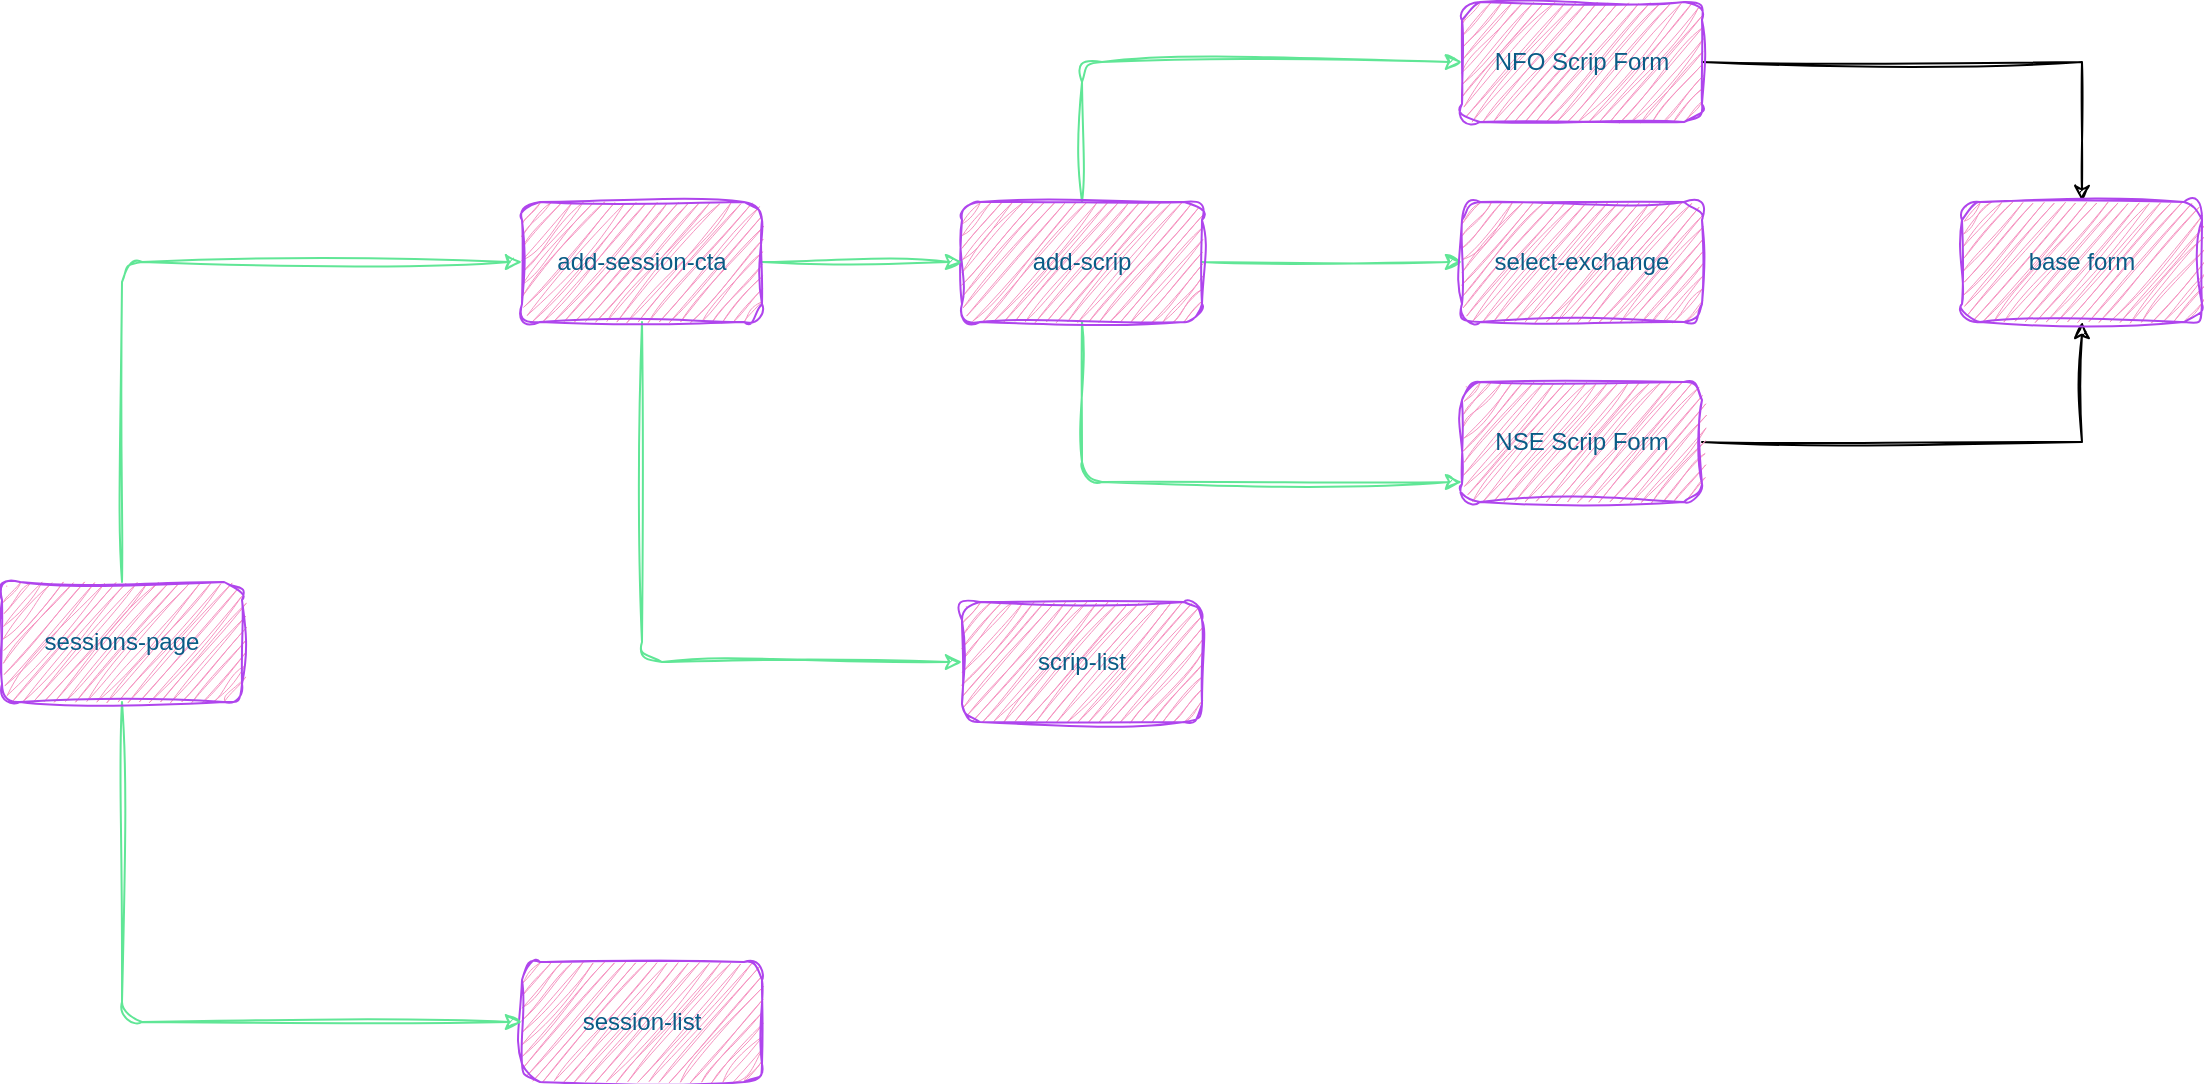
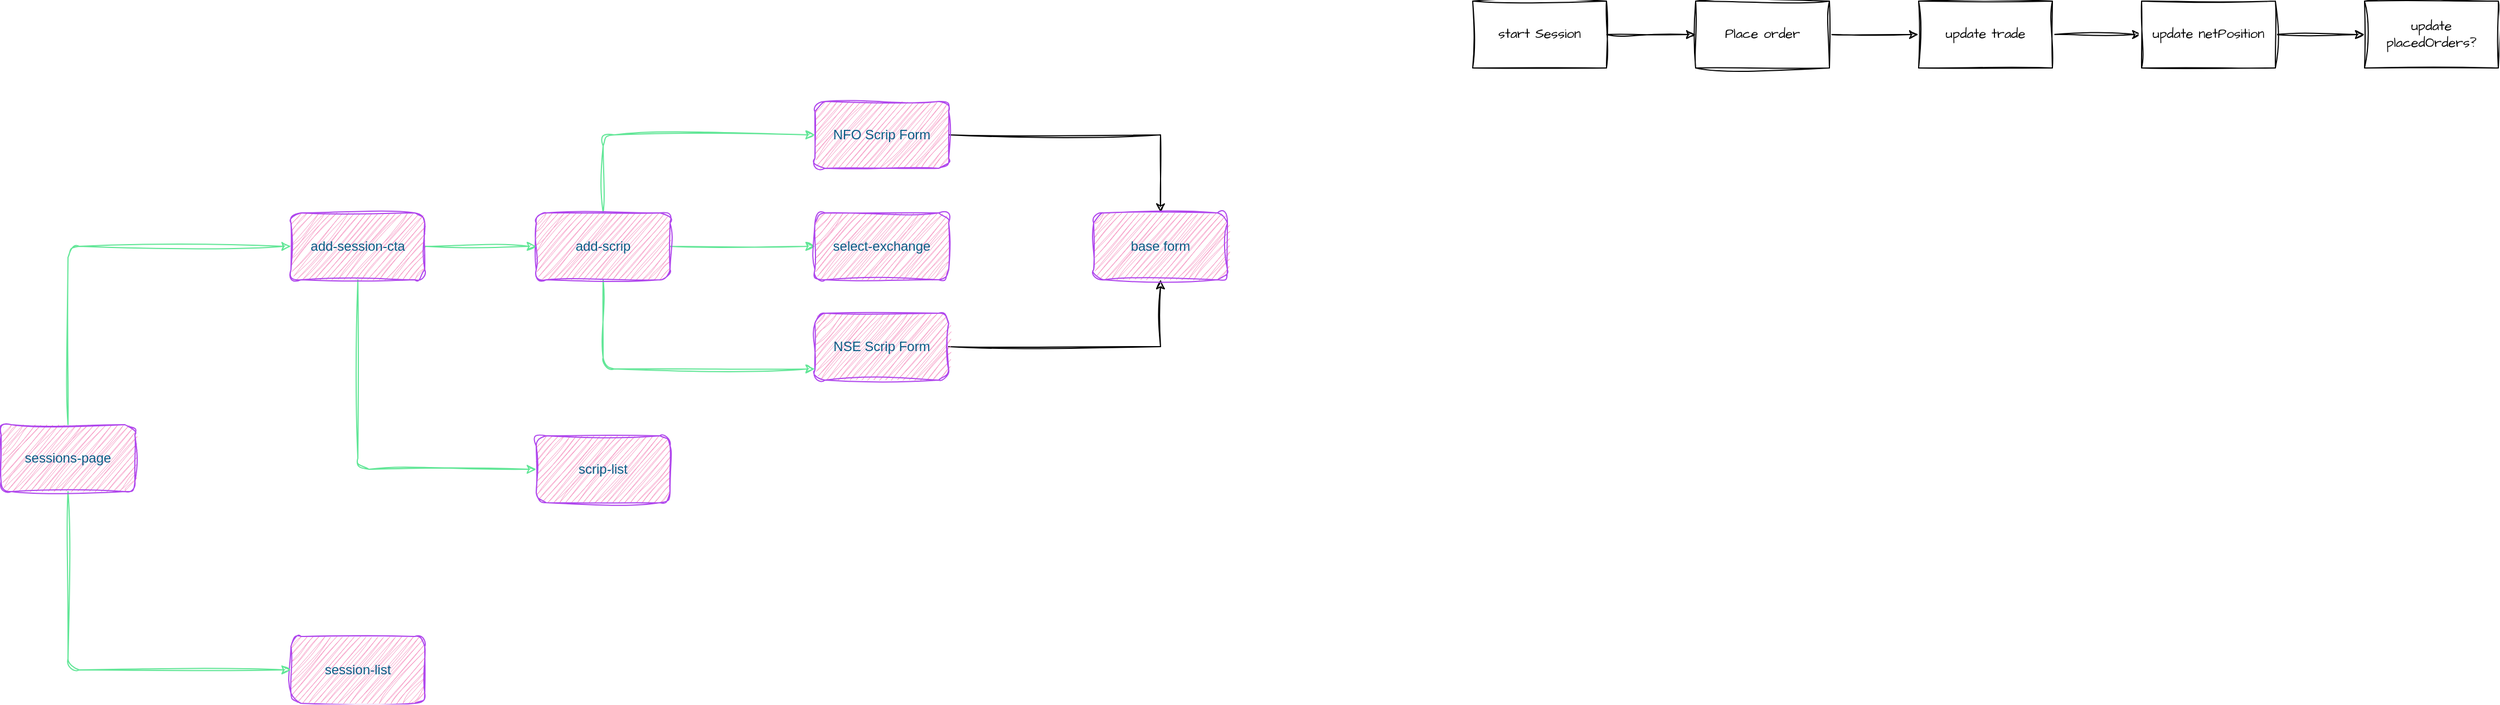
<mxfile host="app.diagrams.net" pages="5">
  <diagram id="wPQbEJP3DVO_ncDqMHqx" name="Sessions Page">
-     <mxGraphModel dx="1757" dy="626" grid="1" gridSize="10" guides="1" tooltips="1" connect="1" arrows="1" fold="1" page="0" pageScale="1" pageWidth="402" pageHeight="874" math="0" shadow="0">
+     <mxGraphModel dx="2793" dy="1443" grid="1" gridSize="10" guides="1" tooltips="1" connect="1" arrows="1" fold="1" page="0" pageScale="1" pageWidth="402" pageHeight="874" math="0" shadow="0">
      <root>
        <mxCell id="0" />
        <mxCell id="1" parent="0" />
        <mxCell id="DB1AKVm6qyutKQlFYAWD-6" edge="1" parent="1" source="DB1AKVm6qyutKQlFYAWD-1" style="edgeStyle=orthogonalEdgeStyle;rounded=1;orthogonalLoop=1;jettySize=auto;html=1;sketch=1;curveFitting=1;jiggle=2;labelBackgroundColor=none;strokeColor=#60E696;fontColor=default;" target="DB1AKVm6qyutKQlFYAWD-5" value="">
          <mxGeometry relative="1" as="geometry" />
        </mxCell>
        <mxCell id="DB1AKVm6qyutKQlFYAWD-8" edge="1" parent="1" source="DB1AKVm6qyutKQlFYAWD-1" style="edgeStyle=orthogonalEdgeStyle;rounded=1;orthogonalLoop=1;jettySize=auto;html=1;sketch=1;curveFitting=1;jiggle=2;labelBackgroundColor=none;strokeColor=#60E696;fontColor=default;" target="DB1AKVm6qyutKQlFYAWD-7" value="">
          <mxGeometry relative="1" as="geometry">
            <Array as="points">
              <mxPoint x="120" y="270" />
            </Array>
          </mxGeometry>
        </mxCell>
        <mxCell id="DB1AKVm6qyutKQlFYAWD-10" edge="1" parent="1" source="DB1AKVm6qyutKQlFYAWD-1" style="edgeStyle=orthogonalEdgeStyle;rounded=1;orthogonalLoop=1;jettySize=auto;html=1;sketch=1;curveFitting=1;jiggle=2;labelBackgroundColor=none;strokeColor=#60E696;fontColor=default;" target="DB1AKVm6qyutKQlFYAWD-9" value="">
          <mxGeometry relative="1" as="geometry">
            <Array as="points">
              <mxPoint x="120" y="60" />
            </Array>
          </mxGeometry>
        </mxCell>
        <mxCell id="DB1AKVm6qyutKQlFYAWD-1" parent="1" style="rounded=1;whiteSpace=wrap;html=1;sketch=1;curveFitting=1;jiggle=2;labelBackgroundColor=none;fillColor=#F694C1;strokeColor=#AF45ED;fontColor=#095C86;" value="add-scrip" vertex="1">
          <mxGeometry height="60" width="120" x="60" y="130" as="geometry" />
        </mxCell>
        <mxCell id="DB1AKVm6qyutKQlFYAWD-4" edge="1" parent="1" source="DB1AKVm6qyutKQlFYAWD-3" style="edgeStyle=orthogonalEdgeStyle;rounded=1;orthogonalLoop=1;jettySize=auto;html=1;sketch=1;curveFitting=1;jiggle=2;labelBackgroundColor=none;strokeColor=#60E696;fontColor=default;" target="DB1AKVm6qyutKQlFYAWD-1" value="">
          <mxGeometry relative="1" as="geometry" />
        </mxCell>
        <mxCell id="DB1AKVm6qyutKQlFYAWD-12" edge="1" parent="1" source="DB1AKVm6qyutKQlFYAWD-3" style="edgeStyle=orthogonalEdgeStyle;rounded=1;orthogonalLoop=1;jettySize=auto;html=1;sketch=1;curveFitting=1;jiggle=2;labelBackgroundColor=none;strokeColor=#60E696;fontColor=default;" target="DB1AKVm6qyutKQlFYAWD-11" value="">
          <mxGeometry relative="1" as="geometry">
            <Array as="points">
              <mxPoint x="-100" y="360" />
            </Array>
          </mxGeometry>
        </mxCell>
        <mxCell id="DB1AKVm6qyutKQlFYAWD-3" parent="1" style="rounded=1;whiteSpace=wrap;html=1;sketch=1;curveFitting=1;jiggle=2;labelBackgroundColor=none;fillColor=#F694C1;strokeColor=#AF45ED;fontColor=#095C86;" value="add-session-cta" vertex="1">
          <mxGeometry height="60" width="120" x="-160" y="130" as="geometry" />
        </mxCell>
        <mxCell id="DB1AKVm6qyutKQlFYAWD-5" parent="1" style="whiteSpace=wrap;html=1;rounded=1;sketch=1;curveFitting=1;jiggle=2;labelBackgroundColor=none;fillColor=#F694C1;strokeColor=#AF45ED;fontColor=#095C86;" value="select-exchange" vertex="1">
          <mxGeometry height="60" width="120" x="310" y="130" as="geometry" />
        </mxCell>
        <mxCell id="ouMAoqMrmdJ_XqpmxOQB-3" edge="1" parent="1" source="DB1AKVm6qyutKQlFYAWD-7" style="edgeStyle=orthogonalEdgeStyle;rounded=0;sketch=1;hachureGap=4;jiggle=2;curveFitting=1;orthogonalLoop=1;jettySize=auto;html=1;fontFamily=Architects Daughter;fontSource=https%3A%2F%2Ffonts.googleapis.com%2Fcss%3Ffamily%3DArchitects%2BDaughter;" target="ouMAoqMrmdJ_XqpmxOQB-1">
          <mxGeometry relative="1" as="geometry" />
        </mxCell>
        <mxCell id="DB1AKVm6qyutKQlFYAWD-7" parent="1" style="whiteSpace=wrap;html=1;rounded=1;sketch=1;curveFitting=1;jiggle=2;labelBackgroundColor=none;fillColor=#F694C1;strokeColor=#AF45ED;fontColor=#095C86;" value="NSE Scrip Form" vertex="1">
          <mxGeometry height="60" width="120" x="310" y="220" as="geometry" />
        </mxCell>
        <mxCell id="ouMAoqMrmdJ_XqpmxOQB-2" edge="1" parent="1" source="DB1AKVm6qyutKQlFYAWD-9" style="edgeStyle=orthogonalEdgeStyle;rounded=0;sketch=1;hachureGap=4;jiggle=2;curveFitting=1;orthogonalLoop=1;jettySize=auto;html=1;fontFamily=Architects Daughter;fontSource=https%3A%2F%2Ffonts.googleapis.com%2Fcss%3Ffamily%3DArchitects%2BDaughter;" target="ouMAoqMrmdJ_XqpmxOQB-1" value="">
          <mxGeometry relative="1" as="geometry" />
        </mxCell>
        <mxCell id="DB1AKVm6qyutKQlFYAWD-9" parent="1" style="whiteSpace=wrap;html=1;rounded=1;sketch=1;curveFitting=1;jiggle=2;labelBackgroundColor=none;fillColor=#F694C1;strokeColor=#AF45ED;fontColor=#095C86;" value="NFO Scrip Form" vertex="1">
          <mxGeometry height="60" width="120" x="310" y="30" as="geometry" />
        </mxCell>
        <mxCell id="DB1AKVm6qyutKQlFYAWD-11" parent="1" style="whiteSpace=wrap;html=1;rounded=1;sketch=1;curveFitting=1;jiggle=2;labelBackgroundColor=none;fillColor=#F694C1;strokeColor=#AF45ED;fontColor=#095C86;" value="scrip-list" vertex="1">
          <mxGeometry height="60" width="120" x="60" y="330" as="geometry" />
        </mxCell>
        <mxCell id="DB1AKVm6qyutKQlFYAWD-13" parent="1" style="rounded=1;whiteSpace=wrap;html=1;sketch=1;curveFitting=1;jiggle=2;labelBackgroundColor=none;fillColor=#F694C1;strokeColor=#AF45ED;fontColor=#095C86;" value="session-list" vertex="1">
          <mxGeometry height="60" width="120" x="-160" y="510" as="geometry" />
        </mxCell>
        <mxCell id="DB1AKVm6qyutKQlFYAWD-15" edge="1" parent="1" source="DB1AKVm6qyutKQlFYAWD-14" style="edgeStyle=orthogonalEdgeStyle;rounded=1;sketch=1;hachureGap=4;jiggle=2;curveFitting=1;orthogonalLoop=1;jettySize=auto;html=1;entryX=0;entryY=0.5;entryDx=0;entryDy=0;strokeColor=#60E696;fontFamily=Architects Daughter;fontSource=https%3A%2F%2Ffonts.googleapis.com%2Fcss%3Ffamily%3DArchitects%2BDaughter;fontColor=#095C86;fillColor=#F694C1;" target="DB1AKVm6qyutKQlFYAWD-3">
          <mxGeometry relative="1" as="geometry">
            <Array as="points">
              <mxPoint x="-360" y="160" />
            </Array>
          </mxGeometry>
        </mxCell>
        <mxCell id="DB1AKVm6qyutKQlFYAWD-18" edge="1" parent="1" source="DB1AKVm6qyutKQlFYAWD-14" style="edgeStyle=orthogonalEdgeStyle;rounded=1;sketch=1;hachureGap=4;jiggle=2;curveFitting=1;orthogonalLoop=1;jettySize=auto;html=1;entryX=0;entryY=0.5;entryDx=0;entryDy=0;strokeColor=#60E696;fontFamily=Architects Daughter;fontSource=https%3A%2F%2Ffonts.googleapis.com%2Fcss%3Ffamily%3DArchitects%2BDaughter;fontColor=#095C86;fillColor=#F694C1;" target="DB1AKVm6qyutKQlFYAWD-13">
          <mxGeometry relative="1" as="geometry">
            <Array as="points">
              <mxPoint x="-360" y="540" />
            </Array>
          </mxGeometry>
        </mxCell>
        <mxCell id="DB1AKVm6qyutKQlFYAWD-14" parent="1" style="rounded=1;whiteSpace=wrap;html=1;sketch=1;curveFitting=1;jiggle=2;labelBackgroundColor=none;fillColor=#F694C1;strokeColor=#AF45ED;fontColor=#095C86;" value="sessions-page" vertex="1">
          <mxGeometry height="60" width="120" x="-420" y="320" as="geometry" />
        </mxCell>
        <mxCell id="ouMAoqMrmdJ_XqpmxOQB-1" parent="1" style="whiteSpace=wrap;html=1;fillColor=#F694C1;strokeColor=#AF45ED;fontColor=#095C86;rounded=1;sketch=1;curveFitting=1;jiggle=2;labelBackgroundColor=none;" value="base form" vertex="1">
          <mxGeometry height="60" width="120" x="560" y="130" as="geometry" />
        </mxCell>
+         <mxCell id="ouMAoqMrmdJ_XqpmxOQB-6" edge="1" parent="1" source="ouMAoqMrmdJ_XqpmxOQB-4" style="edgeStyle=orthogonalEdgeStyle;rounded=0;sketch=1;hachureGap=4;jiggle=2;curveFitting=1;orthogonalLoop=1;jettySize=auto;html=1;fontFamily=Architects Daughter;fontSource=https%3A%2F%2Ffonts.googleapis.com%2Fcss%3Ffamily%3DArchitects%2BDaughter;" target="ouMAoqMrmdJ_XqpmxOQB-5" value="">
+           <mxGeometry relative="1" as="geometry" />
+         </mxCell>
+         <mxCell id="ouMAoqMrmdJ_XqpmxOQB-4" parent="1" style="whiteSpace=wrap;html=1;sketch=1;hachureGap=4;jiggle=2;curveFitting=1;fontFamily=Architects Daughter;fontSource=https%3A%2F%2Ffonts.googleapis.com%2Fcss%3Ffamily%3DArchitects%2BDaughter;" value="start Session" vertex="1">
+           <mxGeometry height="60" width="120" x="900" y="-60" as="geometry" />
+         </mxCell>
+         <mxCell id="ouMAoqMrmdJ_XqpmxOQB-8" edge="1" parent="1" source="ouMAoqMrmdJ_XqpmxOQB-5" style="edgeStyle=orthogonalEdgeStyle;rounded=0;sketch=1;hachureGap=4;jiggle=2;curveFitting=1;orthogonalLoop=1;jettySize=auto;html=1;fontFamily=Architects Daughter;fontSource=https%3A%2F%2Ffonts.googleapis.com%2Fcss%3Ffamily%3DArchitects%2BDaughter;" target="ouMAoqMrmdJ_XqpmxOQB-7" value="">
+           <mxGeometry relative="1" as="geometry" />
+         </mxCell>
+         <mxCell id="ouMAoqMrmdJ_XqpmxOQB-5" parent="1" style="whiteSpace=wrap;html=1;fontFamily=Architects Daughter;sketch=1;hachureGap=4;jiggle=2;curveFitting=1;fontSource=https%3A%2F%2Ffonts.googleapis.com%2Fcss%3Ffamily%3DArchitects%2BDaughter;" value="Place order" vertex="1">
+           <mxGeometry height="60" width="120" x="1100" y="-60" as="geometry" />
+         </mxCell>
+         <mxCell id="ouMAoqMrmdJ_XqpmxOQB-10" edge="1" parent="1" source="ouMAoqMrmdJ_XqpmxOQB-7" style="edgeStyle=orthogonalEdgeStyle;rounded=0;sketch=1;hachureGap=4;jiggle=2;curveFitting=1;orthogonalLoop=1;jettySize=auto;html=1;fontFamily=Architects Daughter;fontSource=https%3A%2F%2Ffonts.googleapis.com%2Fcss%3Ffamily%3DArchitects%2BDaughter;" target="ouMAoqMrmdJ_XqpmxOQB-9" value="">
+           <mxGeometry relative="1" as="geometry" />
+         </mxCell>
+         <mxCell id="ouMAoqMrmdJ_XqpmxOQB-7" parent="1" style="whiteSpace=wrap;html=1;fontFamily=Architects Daughter;sketch=1;hachureGap=4;jiggle=2;curveFitting=1;fontSource=https%3A%2F%2Ffonts.googleapis.com%2Fcss%3Ffamily%3DArchitects%2BDaughter;" value="update trade" vertex="1">
+           <mxGeometry height="60" width="120" x="1300" y="-60" as="geometry" />
+         </mxCell>
+         <mxCell id="ouMAoqMrmdJ_XqpmxOQB-12" edge="1" parent="1" source="ouMAoqMrmdJ_XqpmxOQB-9" style="edgeStyle=orthogonalEdgeStyle;rounded=0;sketch=1;hachureGap=4;jiggle=2;curveFitting=1;orthogonalLoop=1;jettySize=auto;html=1;fontFamily=Architects Daughter;fontSource=https%3A%2F%2Ffonts.googleapis.com%2Fcss%3Ffamily%3DArchitects%2BDaughter;" target="ouMAoqMrmdJ_XqpmxOQB-11" value="">
+           <mxGeometry relative="1" as="geometry" />
+         </mxCell>
+         <mxCell id="ouMAoqMrmdJ_XqpmxOQB-9" parent="1" style="whiteSpace=wrap;html=1;fontFamily=Architects Daughter;sketch=1;hachureGap=4;jiggle=2;curveFitting=1;fontSource=https%3A%2F%2Ffonts.googleapis.com%2Fcss%3Ffamily%3DArchitects%2BDaughter;" value="update netPosition" vertex="1">
+           <mxGeometry height="60" width="120" x="1500" y="-60" as="geometry" />
+         </mxCell>
+         <mxCell id="ouMAoqMrmdJ_XqpmxOQB-11" parent="1" style="whiteSpace=wrap;html=1;fontFamily=Architects Daughter;sketch=1;hachureGap=4;jiggle=2;curveFitting=1;fontSource=https%3A%2F%2Ffonts.googleapis.com%2Fcss%3Ffamily%3DArchitects%2BDaughter;" value="update placedOrders?" vertex="1">
+           <mxGeometry height="60" width="120" x="1700" y="-60" as="geometry" />
+         </mxCell>
      </root>
    </mxGraphModel>
  </diagram>
  <diagram id="YVkBlKKJ4RNEtawBKbZk" name="Session">
    <mxGraphModel dx="1357" dy="626" grid="1" gridSize="10" guides="1" tooltips="1" connect="1" arrows="1" fold="1" page="0" pageScale="1" pageWidth="402" pageHeight="874" math="0" shadow="0">
      <root>
        <mxCell id="0" />
        <mxCell id="1" parent="0" />
        <mxCell id="b8iQl_XISdQ6rZ6kNcMQ-3" edge="1" parent="1" source="b8iQl_XISdQ6rZ6kNcMQ-1" style="edgeStyle=orthogonalEdgeStyle;rounded=0;orthogonalLoop=1;jettySize=auto;html=1;" target="b8iQl_XISdQ6rZ6kNcMQ-2" value="">
          <mxGeometry relative="1" as="geometry" />
        </mxCell>
        <mxCell id="b8iQl_XISdQ6rZ6kNcMQ-1" parent="1" style="rounded=1;whiteSpace=wrap;html=1;" value="start session" vertex="1">
          <mxGeometry height="60" width="120" x="-200" y="80" as="geometry" />
        </mxCell>
        <mxCell id="b8iQl_XISdQ6rZ6kNcMQ-5" edge="1" parent="1" source="b8iQl_XISdQ6rZ6kNcMQ-2" style="edgeStyle=orthogonalEdgeStyle;rounded=0;orthogonalLoop=1;jettySize=auto;html=1;" target="b8iQl_XISdQ6rZ6kNcMQ-4" value="">
          <mxGeometry relative="1" as="geometry" />
        </mxCell>
        <mxCell id="b8iQl_XISdQ6rZ6kNcMQ-2" parent="1" style="whiteSpace=wrap;html=1;rounded=1;" value="place orders&amp;nbsp;&lt;br&gt;(all or none)" vertex="1">
          <mxGeometry height="60" width="120" y="80" as="geometry" />
        </mxCell>
        <mxCell id="b8iQl_XISdQ6rZ6kNcMQ-7" edge="1" parent="1" source="b8iQl_XISdQ6rZ6kNcMQ-4" style="edgeStyle=orthogonalEdgeStyle;rounded=0;orthogonalLoop=1;jettySize=auto;html=1;" target="b8iQl_XISdQ6rZ6kNcMQ-6" value="">
          <mxGeometry relative="1" as="geometry" />
        </mxCell>
        <mxCell id="b8iQl_XISdQ6rZ6kNcMQ-4" parent="1" style="whiteSpace=wrap;html=1;rounded=1;" value="update margins" vertex="1">
          <mxGeometry height="60" width="120" x="200" y="80" as="geometry" />
        </mxCell>
        <mxCell id="b8iQl_XISdQ6rZ6kNcMQ-6" parent="1" style="whiteSpace=wrap;html=1;rounded=1;" value="create session" vertex="1">
          <mxGeometry height="60" width="120" x="200" y="200" as="geometry" />
        </mxCell>
        <mxCell id="b8iQl_XISdQ6rZ6kNcMQ-8" parent="1" style="rounded=1;whiteSpace=wrap;html=1;fillColor=#fff2cc;strokeColor=#d6b656;" value="firebase" vertex="1">
          <mxGeometry height="40" width="80" x="300" y="190" as="geometry" />
        </mxCell>
        <mxCell id="b8iQl_XISdQ6rZ6kNcMQ-9" parent="1" style="rounded=1;whiteSpace=wrap;html=1;fillColor=#fff2cc;strokeColor=#d6b656;" value="kite" vertex="1">
          <mxGeometry height="40" width="80" x="80" y="50" as="geometry" />
        </mxCell>
        <mxCell id="b8iQl_XISdQ6rZ6kNcMQ-10" parent="1" style="rounded=1;whiteSpace=wrap;html=1;fillColor=#fff2cc;strokeColor=#d6b656;" value="firebase" vertex="1">
          <mxGeometry height="40" width="80" x="290" y="60" as="geometry" />
        </mxCell>
      </root>
    </mxGraphModel>
  </diagram>
  <diagram id="4KjMPYYtLXdBkkJX1B08" name="Auth">
    <mxGraphModel dx="1276" dy="835" grid="0" gridSize="10" guides="1" tooltips="1" connect="1" arrows="1" fold="1" page="0" pageScale="1" pageWidth="402" pageHeight="874" math="0" shadow="0">
      <root>
        <mxCell id="0" />
        <mxCell id="1" parent="0" />
        <mxCell id="pPH6oVQiPgVcm9OUePWL-3" edge="1" parent="1" source="pPH6oVQiPgVcm9OUePWL-1" style="edgeStyle=orthogonalEdgeStyle;rounded=0;orthogonalLoop=1;jettySize=auto;html=1;" target="pPH6oVQiPgVcm9OUePWL-2" value="">
          <mxGeometry relative="1" as="geometry" />
        </mxCell>
        <mxCell id="pPH6oVQiPgVcm9OUePWL-1" parent="1" style="rounded=1;whiteSpace=wrap;html=1;" value="User clicks &quot;Login&quot; Button" vertex="1">
          <mxGeometry height="60" width="120" x="23" y="101" as="geometry" />
        </mxCell>
        <mxCell id="pPH6oVQiPgVcm9OUePWL-5" edge="1" parent="1" source="pPH6oVQiPgVcm9OUePWL-2" style="edgeStyle=orthogonalEdgeStyle;rounded=0;orthogonalLoop=1;jettySize=auto;html=1;" target="pPH6oVQiPgVcm9OUePWL-4" value="">
          <mxGeometry relative="1" as="geometry" />
        </mxCell>
        <mxCell id="pPH6oVQiPgVcm9OUePWL-2" parent="1" style="whiteSpace=wrap;html=1;rounded=1;" value="Open the Login URL" vertex="1">
          <mxGeometry height="60" width="120" x="223" y="101" as="geometry" />
        </mxCell>
        <mxCell id="pPH6oVQiPgVcm9OUePWL-7" edge="1" parent="1" source="pPH6oVQiPgVcm9OUePWL-4" style="edgeStyle=orthogonalEdgeStyle;rounded=0;orthogonalLoop=1;jettySize=auto;html=1;" target="pPH6oVQiPgVcm9OUePWL-6" value="">
          <mxGeometry relative="1" as="geometry" />
        </mxCell>
        <mxCell id="pPH6oVQiPgVcm9OUePWL-4" parent="1" style="whiteSpace=wrap;html=1;rounded=1;" value="User logins to Zerodha" vertex="1">
          <mxGeometry height="60" width="120" x="423" y="101" as="geometry" />
        </mxCell>
        <mxCell id="pPH6oVQiPgVcm9OUePWL-9" edge="1" parent="1" source="pPH6oVQiPgVcm9OUePWL-6" style="edgeStyle=orthogonalEdgeStyle;rounded=0;orthogonalLoop=1;jettySize=auto;html=1;" target="pPH6oVQiPgVcm9OUePWL-8" value="">
          <mxGeometry relative="1" as="geometry" />
        </mxCell>
        <mxCell id="pPH6oVQiPgVcm9OUePWL-6" parent="1" style="whiteSpace=wrap;html=1;rounded=1;" value="Redirected to callback URL with request_token&lt;br&gt;&lt;b&gt;http://localhost:3000/api/auth/kite/callback&lt;/b&gt;" vertex="1">
          <mxGeometry height="60" width="262" x="352" y="244" as="geometry" />
        </mxCell>
        <mxCell id="pPH6oVQiPgVcm9OUePWL-13" edge="1" parent="1" source="pPH6oVQiPgVcm9OUePWL-8" style="edgeStyle=orthogonalEdgeStyle;rounded=0;orthogonalLoop=1;jettySize=auto;html=1;" target="pPH6oVQiPgVcm9OUePWL-12" value="">
          <mxGeometry relative="1" as="geometry" />
        </mxCell>
        <mxCell id="pPH6oVQiPgVcm9OUePWL-8" parent="1" style="whiteSpace=wrap;html=1;rounded=1;" value="In loader for this route, generate the session" vertex="1">
          <mxGeometry height="60" width="120" x="17" y="244" as="geometry" />
        </mxCell>
        <mxCell id="pPH6oVQiPgVcm9OUePWL-15" edge="1" parent="1" source="pPH6oVQiPgVcm9OUePWL-12" style="edgeStyle=orthogonalEdgeStyle;rounded=0;orthogonalLoop=1;jettySize=auto;html=1;" target="pPH6oVQiPgVcm9OUePWL-14" value="">
          <mxGeometry relative="1" as="geometry" />
        </mxCell>
        <mxCell id="pPH6oVQiPgVcm9OUePWL-12" parent="1" style="whiteSpace=wrap;html=1;rounded=1;" value="Serialize and save the access token in cookie" vertex="1">
          <mxGeometry height="60" width="120" x="17" y="384" as="geometry" />
        </mxCell>
        <mxCell id="pPH6oVQiPgVcm9OUePWL-17" edge="1" parent="1" source="pPH6oVQiPgVcm9OUePWL-14" style="edgeStyle=orthogonalEdgeStyle;rounded=0;orthogonalLoop=1;jettySize=auto;html=1;" target="pPH6oVQiPgVcm9OUePWL-16" value="">
          <mxGeometry relative="1" as="geometry" />
        </mxCell>
        <mxCell id="pPH6oVQiPgVcm9OUePWL-14" parent="1" style="whiteSpace=wrap;html=1;rounded=1;" value="redirect to /dashboard" vertex="1">
          <mxGeometry height="60" width="120" x="217" y="384" as="geometry" />
        </mxCell>
        <mxCell id="pPH6oVQiPgVcm9OUePWL-19" edge="1" parent="1" source="pPH6oVQiPgVcm9OUePWL-16" style="edgeStyle=orthogonalEdgeStyle;rounded=0;orthogonalLoop=1;jettySize=auto;html=1;" target="pPH6oVQiPgVcm9OUePWL-18" value="">
          <mxGeometry relative="1" as="geometry" />
        </mxCell>
        <mxCell id="pPH6oVQiPgVcm9OUePWL-16" parent="1" style="whiteSpace=wrap;html=1;rounded=1;" value="in dashboard loader, get the access token from the cookie and send it to client" vertex="1">
          <mxGeometry height="60" width="120" x="417" y="384" as="geometry" />
        </mxCell>
        <mxCell id="pPH6oVQiPgVcm9OUePWL-21" edge="1" parent="1" source="pPH6oVQiPgVcm9OUePWL-18" style="edgeStyle=orthogonalEdgeStyle;rounded=0;orthogonalLoop=1;jettySize=auto;html=1;" target="pPH6oVQiPgVcm9OUePWL-20" value="">
          <mxGeometry relative="1" as="geometry" />
        </mxCell>
        <mxCell id="pPH6oVQiPgVcm9OUePWL-18" parent="1" style="whiteSpace=wrap;html=1;rounded=1;" value="front-end creates the kc client with api_key and access_token.&amp;nbsp;&amp;nbsp;" vertex="1">
          <mxGeometry height="60" width="120" x="617" y="384" as="geometry" />
        </mxCell>
        <mxCell id="pPH6oVQiPgVcm9OUePWL-20" parent="1" style="whiteSpace=wrap;html=1;rounded=1;" value="use kc client for calling Kite APIs" vertex="1">
          <mxGeometry height="60" width="120" x="617" y="524" as="geometry" />
        </mxCell>
      </root>
    </mxGraphModel>
  </diagram>
  <diagram name="UI/UX" id="5MV4RERJIjpIYta4IkZD">
    <mxGraphModel dx="3134" dy="2189" grid="0" gridSize="10" guides="1" tooltips="1" connect="1" arrows="1" fold="1" page="0" pageScale="1" pageWidth="402" pageHeight="874" background="#ffffff" math="0" shadow="0">
      <root>
        <mxCell id="0" />
        <mxCell id="1" parent="0" />
        <mxCell id="ExlUUjPYo0Ii6ma58Pc_-14" parent="1" style="rounded=1;whiteSpace=wrap;html=1;" value="" vertex="1">
          <mxGeometry height="321" width="1097" x="-296" y="-20" as="geometry" />
        </mxCell>
        <mxCell id="ExlUUjPYo0Ii6ma58Pc_-13" parent="1" style="rounded=1;whiteSpace=wrap;html=1;" value="" vertex="1">
          <mxGeometry height="321" width="1097" x="-287" y="732" as="geometry" />
        </mxCell>
        <mxCell id="iMmVTYed4h1aN_pzg3ix-1" parent="1" style="text;html=1;whiteSpace=wrap;strokeColor=none;fillColor=none;align=center;verticalAlign=middle;rounded=0;fontStyle=1;fontSize=48;fontColor=light-dark(#7a7978, #ededed);" value="Net Qty." vertex="1">
          <mxGeometry height="59" width="60" x="-120" y="72" as="geometry" />
        </mxCell>
        <mxCell id="iMmVTYed4h1aN_pzg3ix-2" parent="1" style="text;html=1;whiteSpace=wrap;strokeColor=none;fillColor=none;align=center;verticalAlign=middle;rounded=0;fontStyle=1;fontSize=48;fontColor=light-dark(#7a7978, #ededed);" value="AVG. PRICE" vertex="1">
          <mxGeometry height="59" width="60" x="149" y="61" as="geometry" />
        </mxCell>
        <mxCell id="iMmVTYed4h1aN_pzg3ix-3" parent="1" style="text;html=1;whiteSpace=wrap;strokeColor=none;fillColor=none;align=center;verticalAlign=middle;rounded=0;fontStyle=1;fontSize=48;fontColor=light-dark(#7a7978, #ededed);" value="LTP" vertex="1">
          <mxGeometry height="59" width="60" x="418" y="61" as="geometry" />
        </mxCell>
        <mxCell id="iMmVTYed4h1aN_pzg3ix-4" parent="1" style="text;html=1;whiteSpace=wrap;strokeColor=none;fillColor=none;align=center;verticalAlign=middle;rounded=0;fontStyle=1;fontSize=48;fontColor=light-dark(#7a7978, #ededed);" value="PnL" vertex="1">
          <mxGeometry height="59" width="60" x="687" y="61" as="geometry" />
        </mxCell>
        <mxCell id="iMmVTYed4h1aN_pzg3ix-5" parent="1" style="text;html=1;whiteSpace=wrap;strokeColor=none;fillColor=none;align=center;verticalAlign=middle;rounded=0;fontSize=36;fontStyle=1" value="100" vertex="1">
          <mxGeometry height="30" width="60" x="-120" y="211" as="geometry" />
        </mxCell>
        <mxCell id="iMmVTYed4h1aN_pzg3ix-6" parent="1" style="text;html=1;whiteSpace=wrap;strokeColor=none;fillColor=none;align=center;verticalAlign=middle;rounded=0;fontSize=36;fontStyle=1" value="36.40" vertex="1">
          <mxGeometry height="30" width="60" x="149" y="211" as="geometry" />
        </mxCell>
        <mxCell id="iMmVTYed4h1aN_pzg3ix-7" parent="1" style="text;html=1;whiteSpace=wrap;strokeColor=none;fillColor=none;align=center;verticalAlign=middle;rounded=0;fontSize=36;fontStyle=1" value="37.45" vertex="1">
          <mxGeometry height="30" width="60" x="418" y="211" as="geometry" />
        </mxCell>
        <mxCell id="iMmVTYed4h1aN_pzg3ix-8" parent="1" style="text;html=1;whiteSpace=wrap;strokeColor=none;fillColor=none;align=center;verticalAlign=middle;rounded=0;fontSize=36;fontStyle=1" value="100" vertex="1">
          <mxGeometry height="30" width="60" x="687" y="211" as="geometry" />
        </mxCell>
        <mxCell id="7si3vGMUa6yKKs87A3T9-2" edge="1" parent="1" source="7si3vGMUa6yKKs87A3T9-1" style="edgeStyle=orthogonalEdgeStyle;rounded=0;orthogonalLoop=1;jettySize=auto;html=1;exitX=0.5;exitY=0;exitDx=0;exitDy=0;entryX=0;entryY=0.5;entryDx=0;entryDy=0;" target="iMmVTYed4h1aN_pzg3ix-5">
          <mxGeometry relative="1" as="geometry">
            <Array as="points">
              <mxPoint x="-283" y="227" />
              <mxPoint x="-139" y="227" />
            </Array>
            <mxPoint x="-139.09090909090924" y="259.27272727272725" as="targetPoint" />
          </mxGeometry>
        </mxCell>
        <mxCell id="7si3vGMUa6yKKs87A3T9-1" parent="1" style="text;html=1;whiteSpace=wrap;strokeColor=none;fillColor=none;align=center;verticalAlign=middle;rounded=0;fontStyle=1" value="Red color if negative, blue color if positive" vertex="1">
          <mxGeometry height="70" width="129" x="-347" y="453" as="geometry" />
        </mxCell>
        <mxCell id="7si3vGMUa6yKKs87A3T9-4" edge="1" parent="1" source="7si3vGMUa6yKKs87A3T9-3" style="edgeStyle=orthogonalEdgeStyle;rounded=0;orthogonalLoop=1;jettySize=auto;html=1;entryX=0.5;entryY=1;entryDx=0;entryDy=0;" target="iMmVTYed4h1aN_pzg3ix-8">
          <mxGeometry relative="1" as="geometry" />
        </mxCell>
        <mxCell id="7si3vGMUa6yKKs87A3T9-3" parent="1" style="text;html=1;whiteSpace=wrap;strokeColor=none;fillColor=none;align=center;verticalAlign=middle;rounded=0;fontStyle=1" value="Red color if negative, blue color if positive" vertex="1">
          <mxGeometry height="70" width="129" x="681" y="398" as="geometry" />
        </mxCell>
        <mxCell id="7si3vGMUa6yKKs87A3T9-5" parent="1" style="text;html=1;whiteSpace=wrap;strokeColor=none;fillColor=none;align=center;verticalAlign=middle;rounded=0;" value="Will receive the following props:&lt;br&gt;netQuantity: number;&lt;br&gt;&lt;div&gt;averagePrice: number&lt;/div&gt;&lt;div&gt;ltp: number;&lt;/div&gt;" vertex="1">
          <mxGeometry height="101" width="203" x="-25" y="355" as="geometry" />
        </mxCell>
        <mxCell id="7si3vGMUa6yKKs87A3T9-6" parent="1" style="text;html=1;whiteSpace=wrap;strokeColor=none;fillColor=none;align=center;verticalAlign=middle;rounded=0;" value="PnL needs to be calculated by the component" vertex="1">
          <mxGeometry height="101" width="203" x="-21" y="482" as="geometry" />
        </mxCell>
        <mxCell id="7si3vGMUa6yKKs87A3T9-7" parent="1" style="text;html=1;whiteSpace=wrap;strokeColor=none;fillColor=none;align=center;verticalAlign=middle;rounded=0;fontStyle=1;fontSize=48;fontColor=light-dark(#7a7978, #ededed);" value="Net Qty." vertex="1">
          <mxGeometry height="59" width="60" x="-186" y="816" as="geometry" />
        </mxCell>
        <mxCell id="7si3vGMUa6yKKs87A3T9-8" parent="1" style="text;html=1;whiteSpace=wrap;strokeColor=none;fillColor=none;align=center;verticalAlign=middle;rounded=0;fontStyle=1;fontSize=48;fontColor=light-dark(#7a7978, #ededed);" value="AVG. PRICE" vertex="1">
          <mxGeometry height="59" width="60" x="83" y="805" as="geometry" />
        </mxCell>
        <mxCell id="7si3vGMUa6yKKs87A3T9-9" parent="1" style="text;html=1;whiteSpace=wrap;strokeColor=none;fillColor=none;align=center;verticalAlign=middle;rounded=0;fontStyle=1;fontSize=48;fontColor=light-dark(#7a7978, #ededed);" value="LTP" vertex="1">
          <mxGeometry height="59" width="60" x="352" y="805" as="geometry" />
        </mxCell>
        <mxCell id="7si3vGMUa6yKKs87A3T9-10" parent="1" style="text;html=1;whiteSpace=wrap;strokeColor=none;fillColor=none;align=center;verticalAlign=middle;rounded=0;fontStyle=1;fontSize=48;fontColor=light-dark(#7a7978, #ededed);" value="PnL" vertex="1">
          <mxGeometry height="59" width="60" x="621" y="805" as="geometry" />
        </mxCell>
        <mxCell id="7si3vGMUa6yKKs87A3T9-11" parent="1" style="text;html=1;whiteSpace=wrap;strokeColor=none;fillColor=none;align=center;verticalAlign=middle;rounded=0;fontSize=18;fontStyle=1" value="{props.netQuantity}" vertex="1">
          <mxGeometry height="30" width="60" x="-186" y="955" as="geometry" />
        </mxCell>
        <mxCell id="7si3vGMUa6yKKs87A3T9-12" parent="1" style="text;html=1;whiteSpace=wrap;strokeColor=none;fillColor=none;align=center;verticalAlign=middle;rounded=0;fontSize=18;fontStyle=1" value="&lt;div&gt;{props.averagePrice}&lt;/div&gt;" vertex="1">
          <mxGeometry height="30" width="60" x="83" y="955" as="geometry" />
        </mxCell>
        <mxCell id="7si3vGMUa6yKKs87A3T9-13" parent="1" style="text;html=1;whiteSpace=wrap;strokeColor=none;fillColor=none;align=center;verticalAlign=middle;rounded=0;fontSize=18;fontStyle=1" value="{props.ltp}" vertex="1">
          <mxGeometry height="30" width="60" x="352" y="955" as="geometry" />
        </mxCell>
        <mxCell id="7si3vGMUa6yKKs87A3T9-14" parent="1" style="text;html=1;whiteSpace=wrap;strokeColor=none;fillColor=none;align=center;verticalAlign=middle;rounded=0;fontSize=18;fontStyle=1" value="{pnl}" vertex="1">
          <mxGeometry height="30" width="60" x="621" y="955" as="geometry" />
        </mxCell>
        <mxCell id="ExlUUjPYo0Ii6ma58Pc_-1" parent="1" style="rounded=1;whiteSpace=wrap;html=1;" value="" vertex="1">
          <mxGeometry height="321" width="1253" x="-202" y="1234" as="geometry" />
        </mxCell>
        <mxCell id="ExlUUjPYo0Ii6ma58Pc_-2" parent="1" style="text;html=1;whiteSpace=wrap;strokeColor=none;fillColor=none;align=center;verticalAlign=middle;rounded=0;fontStyle=1;fontSize=48;fontColor=light-dark(#7a7978, #ededed);" value="Total Margin" vertex="1">
          <mxGeometry height="59" width="168" x="-154" y="1292" as="geometry" />
        </mxCell>
        <mxCell id="ExlUUjPYo0Ii6ma58Pc_-3" parent="1" style="text;html=1;whiteSpace=wrap;strokeColor=none;fillColor=none;align=center;verticalAlign=middle;rounded=0;fontStyle=1;fontSize=48;fontColor=light-dark(#7a7978, #ededed);" value="Utilized Margin" vertex="1">
          <mxGeometry height="59" width="168" x="330" y="1295" as="geometry" />
        </mxCell>
        <mxCell id="ExlUUjPYo0Ii6ma58Pc_-4" parent="1" style="text;html=1;whiteSpace=wrap;strokeColor=none;fillColor=none;align=center;verticalAlign=middle;rounded=0;fontStyle=1;fontSize=48;fontColor=light-dark(#7a7978, #ededed);" value="Net Margin" vertex="1">
          <mxGeometry height="59" width="168" x="813" y="1289" as="geometry" />
        </mxCell>
        <mxCell id="ExlUUjPYo0Ii6ma58Pc_-5" parent="1" style="text;html=1;whiteSpace=wrap;strokeColor=none;fillColor=none;align=center;verticalAlign=middle;rounded=0;fontSize=42;" value="₹2000" vertex="1">
          <mxGeometry height="30" width="60" x="-100" y="1412" as="geometry" />
        </mxCell>
        <mxCell id="ExlUUjPYo0Ii6ma58Pc_-7" parent="1" style="text;html=1;whiteSpace=wrap;strokeColor=none;fillColor=none;align=center;verticalAlign=middle;rounded=0;fontSize=42;" value="₹200" vertex="1">
          <mxGeometry height="30" width="60" x="384" y="1412" as="geometry" />
        </mxCell>
        <mxCell id="ExlUUjPYo0Ii6ma58Pc_-8" parent="1" style="text;html=1;whiteSpace=wrap;strokeColor=none;fillColor=none;align=center;verticalAlign=middle;rounded=0;fontSize=42;" value="₹1800" vertex="1">
          <mxGeometry height="30" width="60" x="867" y="1412" as="geometry" />
        </mxCell>
        <mxCell id="ExlUUjPYo0Ii6ma58Pc_-9" parent="1" style="html=1;shadow=0;dashed=0;shape=mxgraph.bootstrap.rrect;rSize=5;fillColor=#E9ECEF;strokeColor=none;" value="" vertex="1">
          <mxGeometry height="20" width="800" x="24.5" y="1507" as="geometry" />
        </mxCell>
        <mxCell id="ExlUUjPYo0Ii6ma58Pc_-10" parent="ExlUUjPYo0Ii6ma58Pc_-9" style="html=1;shadow=0;dashed=0;shape=mxgraph.bootstrap.leftButton;rSize=5;fillColor=#1CA5B8;strokeColor=none;resizeHeight=1;" value="" vertex="1">
          <mxGeometry height="20" relative="1" width="250" as="geometry" />
        </mxCell>
        <mxCell id="ExlUUjPYo0Ii6ma58Pc_-11" parent="1" style="text;html=1;whiteSpace=wrap;strokeColor=none;fillColor=none;align=center;verticalAlign=middle;rounded=0;fontSize=24;" value="The max value on the progress bar is the total margin and the filled in part is the utilized margin" vertex="1">
          <mxGeometry height="92" width="269" x="175" y="1620" as="geometry" />
        </mxCell>
        <mxCell id="ExlUUjPYo0Ii6ma58Pc_-12" edge="1" parent="1" source="ExlUUjPYo0Ii6ma58Pc_-11" style="edgeStyle=orthogonalEdgeStyle;rounded=0;orthogonalLoop=1;jettySize=auto;html=1;exitX=0.5;exitY=0;exitDx=0;exitDy=0;entryX=0.412;entryY=0.999;entryDx=0;entryDy=0;entryPerimeter=0;" target="ExlUUjPYo0Ii6ma58Pc_-1">
          <mxGeometry relative="1" as="geometry" />
        </mxCell>
      </root>
    </mxGraphModel>
  </diagram>
  <diagram id="dmkDPsUycKQvBsQ4H3Di" name="Kite-Fly-Ticker-Architecture">
    <mxGraphModel dx="1357" dy="626" grid="0" gridSize="10" guides="1" tooltips="1" connect="1" arrows="1" fold="1" page="0" pageScale="1" pageWidth="402" pageHeight="874" math="0" shadow="0">
      <root>
        <mxCell id="0" />
        <mxCell id="1" parent="0" />
        <mxCell id="FDZGNOtkY16CQce4NqAR-3" edge="1" parent="1" source="FDZGNOtkY16CQce4NqAR-1" style="edgeStyle=orthogonalEdgeStyle;rounded=0;orthogonalLoop=1;jettySize=auto;html=1;" target="FDZGNOtkY16CQce4NqAR-2" value="">
          <mxGeometry relative="1" as="geometry" />
        </mxCell>
        <mxCell id="FDZGNOtkY16CQce4NqAR-1" parent="1" style="rounded=1;whiteSpace=wrap;html=1;" value="Client posts a request - for example:&lt;br&gt;&lt;div&gt;&lt;br&gt;&lt;/div&gt;&lt;br&gt;&lt;div&gt;fetch(&quot;http://localhost:3000/api/ltp&quot;, () =&amp;gt; {&lt;/div&gt;&lt;div&gt;method: &quot;POST&quot;,&lt;/div&gt;&lt;div&gt;body: JSON.stringify({&lt;/div&gt;&lt;div&gt;instrument: &quot;WIPRO&quot;,&lt;br&gt;ltp: 128.10&lt;/div&gt;&lt;div&gt;})&lt;/div&gt;&lt;div&gt;})&lt;br&gt;&lt;br&gt;The call is made from another site - for ex. https://kite.zerodha.com&lt;/div&gt;" vertex="1">
          <mxGeometry height="236" width="345" x="-33" y="45" as="geometry" />
        </mxCell>
        <mxCell id="FDZGNOtkY16CQce4NqAR-5" edge="1" parent="1" source="FDZGNOtkY16CQce4NqAR-2" style="edgeStyle=orthogonalEdgeStyle;rounded=0;orthogonalLoop=1;jettySize=auto;html=1;" target="FDZGNOtkY16CQce4NqAR-4" value="">
          <mxGeometry relative="1" as="geometry" />
        </mxCell>
        <mxCell id="FDZGNOtkY16CQce4NqAR-2" parent="1" style="whiteSpace=wrap;html=1;rounded=1;" value="SERVER" vertex="1">
          <mxGeometry height="60" width="120" x="504.5" y="98.5" as="geometry" />
        </mxCell>
        <mxCell id="FDZGNOtkY16CQce4NqAR-8" edge="1" parent="1" source="FDZGNOtkY16CQce4NqAR-4" style="edgeStyle=orthogonalEdgeStyle;rounded=0;orthogonalLoop=1;jettySize=auto;html=1;exitX=0.75;exitY=1;exitDx=0;exitDy=0;entryX=1;entryY=0.75;entryDx=0;entryDy=0;" target="FDZGNOtkY16CQce4NqAR-6">
          <mxGeometry relative="1" as="geometry" />
        </mxCell>
        <mxCell id="FDZGNOtkY16CQce4NqAR-4" parent="1" style="whiteSpace=wrap;html=1;rounded=1;" value="Websocket" vertex="1">
          <mxGeometry height="60" width="120" x="504.5" y="265" as="geometry" />
        </mxCell>
        <mxCell id="FDZGNOtkY16CQce4NqAR-7" edge="1" parent="1" source="FDZGNOtkY16CQce4NqAR-6" style="edgeStyle=orthogonalEdgeStyle;rounded=0;orthogonalLoop=1;jettySize=auto;html=1;entryX=0.5;entryY=1;entryDx=0;entryDy=0;" target="FDZGNOtkY16CQce4NqAR-4">
          <mxGeometry relative="1" as="geometry" />
        </mxCell>
        <mxCell id="FDZGNOtkY16CQce4NqAR-6" parent="1" style="rounded=1;whiteSpace=wrap;html=1;" value="On another client,&lt;div&gt;new Websocket()&lt;/div&gt;// receive the data which is sent from /api/ltp" vertex="1">
          <mxGeometry height="167" width="345" x="1" y="392" as="geometry" />
        </mxCell>
      </root>
    </mxGraphModel>
  </diagram>
</mxfile>
